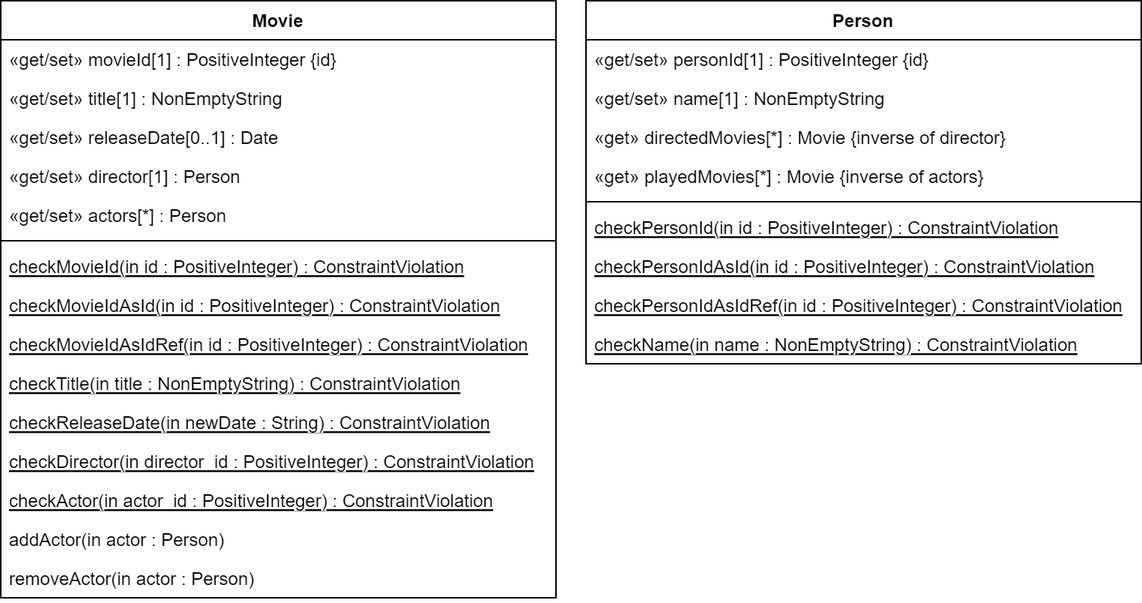
Above: docs/assignment5/JavaScript_class_model.png in troppdus/webapp23-troppa (draw.io), before the change. Source tidied: cells renumbered, new cells last; positions are measured from the earlier drawing's top-left corner, leaving out a move shared by most shapes. The source it was exported from:
```xml
<mxGraphModel>
  <root>
    <mxCell id="0" />
    <mxCell id="1" parent="0" />
    <mxCell id="2" value="Movie&#10;" style="swimlane;fontStyle=1;align=center;verticalAlign=top;horizontal=1;startSize=26;" parent="1" vertex="1">
      <mxGeometry width="370" height="398" as="geometry" />
    </mxCell>
    <mxCell id="3" value="«get/set» movieId[1] : PositiveInteger {id}" style="text;strokeColor=none;fillColor=none;align=left;verticalAlign=top;spacingLeft=4;spacingRight=4;overflow=hidden;" parent="2" vertex="1">
      <mxGeometry y="26" width="370" height="26" as="geometry" />
    </mxCell>
    <mxCell id="4" value="«get/set» title[1] : NonEmptyString" style="text;strokeColor=none;fillColor=none;align=left;verticalAlign=top;spacingLeft=4;spacingRight=4;overflow=hidden;" parent="2" vertex="1">
      <mxGeometry y="52" width="370" height="26" as="geometry" />
    </mxCell>
    <mxCell id="5" value="«get/set» releaseDate[0..1] : Date" style="text;strokeColor=none;fillColor=none;align=left;verticalAlign=top;spacingLeft=4;spacingRight=4;overflow=hidden;" parent="2" vertex="1">
      <mxGeometry y="78" width="370" height="26" as="geometry" />
    </mxCell>
    <mxCell id="6" value="«get/set» director[1] : Person" style="text;strokeColor=none;fillColor=none;align=left;verticalAlign=top;spacingLeft=4;spacingRight=4;overflow=hidden;" parent="2" vertex="1">
      <mxGeometry y="104" width="370" height="26" as="geometry" />
    </mxCell>
    <mxCell id="7" value="«get/set» actors[*] : Person" style="text;strokeColor=none;fillColor=none;align=left;verticalAlign=top;spacingLeft=4;spacingRight=4;overflow=hidden;" parent="2" vertex="1">
      <mxGeometry y="130" width="370" height="26" as="geometry" />
    </mxCell>
    <mxCell id="8" style="line;strokeWidth=1;fillColor=none;align=left;verticalAlign=middle;spacingTop=-1;spacingLeft=3;spacingRight=3;labelPosition=right;strokeColor=inherit;" parent="2" vertex="1">
      <mxGeometry y="156" width="370" height="8" as="geometry" />
    </mxCell>
    <mxCell id="9" value="checkMovieId(in id : PositiveInteger) : ConstraintViolation" style="text;strokeColor=none;fillColor=none;align=left;verticalAlign=top;spacingLeft=4;spacingRight=4;overflow=hidden;fontStyle=4;" parent="2" vertex="1">
      <mxGeometry y="164" width="370" height="26" as="geometry" />
    </mxCell>
    <mxCell id="10" value="checkMovieIdAsId(in id : PositiveInteger) : ConstraintViolation" style="text;strokeColor=none;fillColor=none;align=left;verticalAlign=top;spacingLeft=4;spacingRight=4;overflow=hidden;fontStyle=4;" parent="2" vertex="1">
      <mxGeometry y="190" width="370" height="26" as="geometry" />
    </mxCell>
    <mxCell id="11" value="checkMovieIdAsIdRef(in id : PositiveInteger) : ConstraintViolation" style="text;strokeColor=none;fillColor=none;align=left;verticalAlign=top;spacingLeft=4;spacingRight=4;overflow=hidden;fontStyle=4;" parent="2" vertex="1">
      <mxGeometry y="216" width="370" height="26" as="geometry" />
    </mxCell>
    <mxCell id="12" value="checkTitle(in title : NonEmptyString) : ConstraintViolation" style="text;strokeColor=none;fillColor=none;align=left;verticalAlign=top;spacingLeft=4;spacingRight=4;overflow=hidden;fontStyle=4;" parent="2" vertex="1">
      <mxGeometry y="242" width="370" height="26" as="geometry" />
    </mxCell>
    <mxCell id="13" value="checkReleaseDate(in newDate : String) : ConstraintViolation" style="text;strokeColor=none;fillColor=none;align=left;verticalAlign=top;spacingLeft=4;spacingRight=4;overflow=hidden;fontStyle=4;" parent="2" vertex="1">
      <mxGeometry y="268" width="370" height="26" as="geometry" />
    </mxCell>
    <mxCell id="14" value="checkDirector(in director_id : PositiveInteger) : ConstraintViolation" style="text;strokeColor=none;fillColor=none;align=left;verticalAlign=top;spacingLeft=4;spacingRight=4;overflow=hidden;fontStyle=4;" parent="2" vertex="1">
      <mxGeometry y="294" width="370" height="26" as="geometry" />
    </mxCell>
    <mxCell id="15" value="checkActor(in actor_id : PositiveInteger) : ConstraintViolation" style="text;strokeColor=none;fillColor=none;align=left;verticalAlign=top;spacingLeft=4;spacingRight=4;overflow=hidden;fontStyle=4;" parent="2" vertex="1">
      <mxGeometry y="320" width="370" height="26" as="geometry" />
    </mxCell>
    <mxCell id="16" value="addActor(in actor : Person)" style="text;strokeColor=none;fillColor=none;align=left;verticalAlign=top;spacingLeft=4;spacingRight=4;overflow=hidden;" parent="2" vertex="1">
      <mxGeometry y="346" width="370" height="26" as="geometry" />
    </mxCell>
    <mxCell id="17" value="removeActor(in actor : Person)" style="text;strokeColor=none;fillColor=none;align=left;verticalAlign=top;spacingLeft=4;spacingRight=4;overflow=hidden;" parent="2" vertex="1">
      <mxGeometry y="372" width="370" height="26" as="geometry" />
    </mxCell>
    <mxCell id="18" value="Person" style="swimlane;fontStyle=1;align=center;verticalAlign=top;horizontal=1;startSize=26;" parent="1" vertex="1">
      <mxGeometry x="390" width="370" height="242" as="geometry" />
    </mxCell>
    <mxCell id="19" value="«get/set» personId[1] : PositiveInteger {id}" style="text;strokeColor=none;fillColor=none;align=left;verticalAlign=top;spacingLeft=4;spacingRight=4;overflow=hidden;" parent="18" vertex="1">
      <mxGeometry y="26" width="370" height="26" as="geometry" />
    </mxCell>
    <mxCell id="20" value="«get/set» name[1] : NonEmptyString" style="text;strokeColor=none;fillColor=none;align=left;verticalAlign=top;spacingLeft=4;spacingRight=4;overflow=hidden;" parent="18" vertex="1">
      <mxGeometry y="52" width="370" height="26" as="geometry" />
    </mxCell>
    <mxCell id="21" value="«get» directedMovies[*] : Movie {inverse of director}" style="text;strokeColor=none;fillColor=none;align=left;verticalAlign=top;spacingLeft=4;spacingRight=4;overflow=hidden;" parent="18" vertex="1">
      <mxGeometry y="78" width="370" height="26" as="geometry" />
    </mxCell>
    <mxCell id="22" value="«get» playedMovies[*] : Movie {inverse of actors}" style="text;strokeColor=none;fillColor=none;align=left;verticalAlign=top;spacingLeft=4;spacingRight=4;overflow=hidden;" parent="18" vertex="1">
      <mxGeometry y="104" width="370" height="26" as="geometry" />
    </mxCell>
    <mxCell id="23" style="line;strokeWidth=1;fillColor=none;align=left;verticalAlign=middle;spacingTop=-1;spacingLeft=3;spacingRight=3;labelPosition=right;strokeColor=inherit;" parent="18" vertex="1">
      <mxGeometry y="130" width="370" height="8" as="geometry" />
    </mxCell>
    <mxCell id="24" value="checkPersonId(in id : PositiveInteger) : ConstraintViolation" style="text;strokeColor=none;fillColor=none;align=left;verticalAlign=top;spacingLeft=4;spacingRight=4;overflow=hidden;fontStyle=4;" parent="18" vertex="1">
      <mxGeometry y="138" width="370" height="26" as="geometry" />
    </mxCell>
    <mxCell id="25" value="checkPersonIdAsId(in id : PositiveInteger) : ConstraintViolation" style="text;strokeColor=none;fillColor=none;align=left;verticalAlign=top;spacingLeft=4;spacingRight=4;overflow=hidden;fontStyle=4;" parent="18" vertex="1">
      <mxGeometry y="164" width="370" height="26" as="geometry" />
    </mxCell>
    <mxCell id="26" value="checkPersonIdAsIdRef(in id : PositiveInteger) : ConstraintViolation" style="text;strokeColor=none;fillColor=none;align=left;verticalAlign=top;spacingLeft=4;spacingRight=4;overflow=hidden;fontStyle=4;" parent="18" vertex="1">
      <mxGeometry y="190" width="370" height="26" as="geometry" />
    </mxCell>
    <mxCell id="27" value="checkName(in name : NonEmptyString) : ConstraintViolation" style="text;strokeColor=none;fillColor=none;align=left;verticalAlign=top;spacingLeft=4;spacingRight=4;overflow=hidden;fontStyle=4;" parent="18" vertex="1">
      <mxGeometry y="216" width="370" height="26" as="geometry" />
    </mxCell>
  </root>
</mxGraphModel>
```
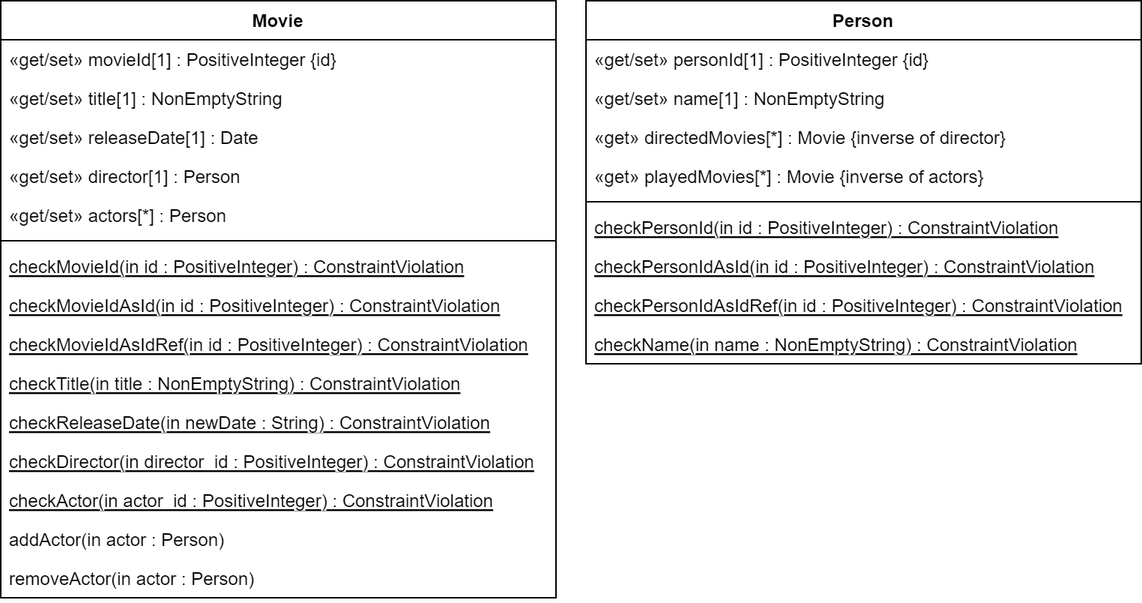
Above is the later version.

The edit, as a diff of the source:
```diff
@@ -11,7 +11,7 @@
     <mxCell id="4" value="«get/set» title[1] : NonEmptyString" style="text;strokeColor=none;fillColor=none;align=left;verticalAlign=top;spacingLeft=4;spacingRight=4;overflow=hidden;" parent="2" vertex="1">
       <mxGeometry y="52" width="370" height="26" as="geometry" />
     </mxCell>
-    <mxCell id="5" value="«get/set» releaseDate[0..1] : Date" style="text;strokeColor=none;fillColor=none;align=left;verticalAlign=top;spacingLeft=4;spacingRight=4;overflow=hidden;" parent="2" vertex="1">
+    <mxCell id="5" value="«get/set» releaseDate[1] : Date" style="text;strokeColor=none;fillColor=none;align=left;verticalAlign=top;spacingLeft=4;spacingRight=4;overflow=hidden;" parent="2" vertex="1">
       <mxGeometry y="78" width="370" height="26" as="geometry" />
     </mxCell>
     <mxCell id="6" value="«get/set» director[1] : Person" style="text;strokeColor=none;fillColor=none;align=left;verticalAlign=top;spacingLeft=4;spacingRight=4;overflow=hidden;" parent="2" vertex="1">
```
